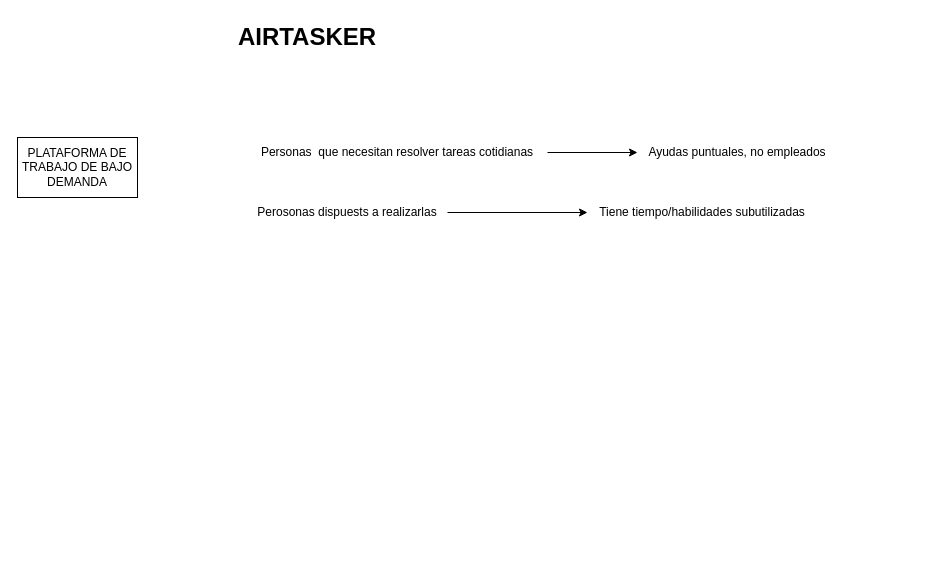
Before: page "Página-1" (1 of 2) of AIRTASKER.drawio in Bayinc/INDI-COFFEE, a draw.io diagram. Source tidied: cells renumbered, new cells numbered last; positions are measured from the earlier drawing's top-left corner, leaving out a move shared by most shapes. Both pictures are drawn from the tidied source at 100%, with x=0, y=0 at pixel (17, 17).
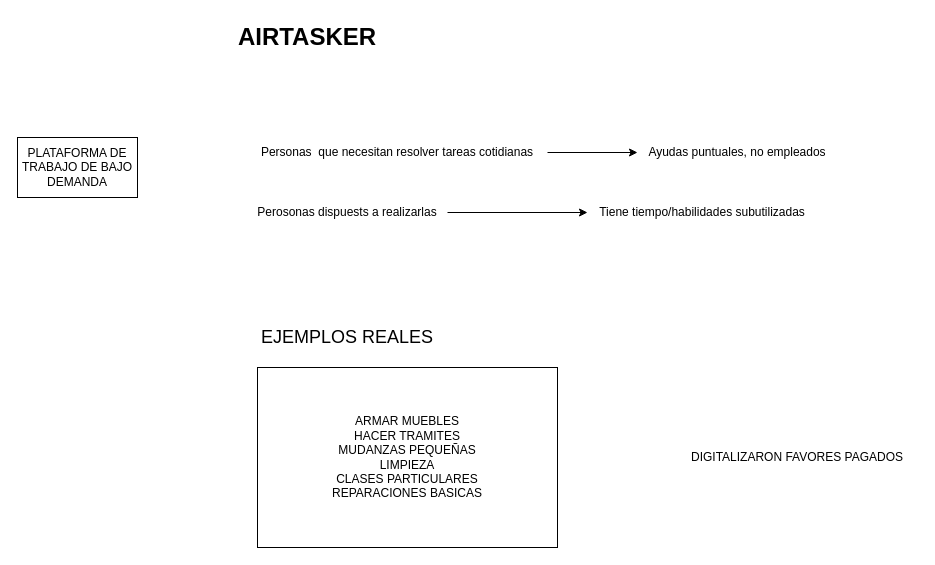
The same page after the edit.

What changed in the source:
```diff
@@
 <mxGraphModel>
   <root>
     <mxCell id="0" />
     <mxCell id="1" parent="0" />
     <mxCell id="2" value="PLATAFORMA DE TRABAJO DE BAJO DEMANDA" style="whiteSpace=wrap;html=1;" parent="1" vertex="1">
       <mxGeometry y="120" width="120" height="60" as="geometry" />
     </mxCell>
     <mxCell id="3" style="edgeStyle=orthogonalEdgeStyle;rounded=0;jettySize=auto;html=1;" parent="1" edge="1" source="4" target="7">
       <mxGeometry relative="1" as="geometry" />
     </mxCell>
     <mxCell id="4" value="Personas&amp;nbsp; que necesitan resolver tareas cotidianas" style="text;html=1;whiteSpace=wrap;strokeColor=none;fillColor=none;align=center;verticalAlign=middle;rounded=0;" parent="1" vertex="1">
       <mxGeometry x="230" y="120" width="300" height="30" as="geometry" />
     </mxCell>
     <mxCell id="5" style="edgeStyle=orthogonalEdgeStyle;rounded=0;jettySize=auto;html=1;entryX=0;entryY=0.5;entryDx=0;entryDy=0;" parent="1" edge="1" source="6" target="9">
       <mxGeometry relative="1" as="geometry" />
     </mxCell>
     <mxCell id="6" value="Perosonas dispuests a realizarlas" style="text;html=1;whiteSpace=wrap;strokeColor=none;fillColor=none;align=center;verticalAlign=middle;rounded=0;" parent="1" vertex="1">
       <mxGeometry x="230" y="180" width="200" height="30" as="geometry" />
     </mxCell>
     <mxCell id="7" value="Ayudas puntuales, no empleados" style="text;html=1;whiteSpace=wrap;strokeColor=none;fillColor=none;align=center;verticalAlign=middle;rounded=0;" parent="1" vertex="1">
       <mxGeometry x="620" y="120" width="200" height="30" as="geometry" />
     </mxCell>
     <mxCell id="8" value="&lt;b&gt;&lt;font style=&quot;font-size: 24px;&quot;&gt;AIRTASKER&lt;/font&gt;&lt;/b&gt;" style="text;html=1;whiteSpace=wrap;strokeColor=none;fillColor=none;align=center;verticalAlign=middle;rounded=0;" parent="1" vertex="1">
       <mxGeometry x="210" width="160" height="40" as="geometry" />
     </mxCell>
     <mxCell id="9" value="Tiene tiempo/habilidades subutilizadas" style="text;html=1;whiteSpace=wrap;strokeColor=none;fillColor=none;align=center;verticalAlign=middle;rounded=0;" parent="1" vertex="1">
       <mxGeometry x="570" y="180" width="230" height="30" as="geometry" />
     </mxCell>
+    <mxCell id="10" value="&lt;font style=&quot;font-size: 18px;&quot;&gt;EJEMPLOS REALES&lt;/font&gt;" style="text;html=1;whiteSpace=wrap;strokeColor=none;fillColor=none;align=center;verticalAlign=middle;rounded=0;" parent="1" vertex="1">
+      <mxGeometry x="230" y="300" width="200" height="40" as="geometry" />
+    </mxCell>
+    <mxCell id="11" value="ARMAR MUEBLES&lt;div&gt;HACER TRAMITES&lt;/div&gt;&lt;div&gt;MUDANZAS PEQUEÑAS&lt;/div&gt;&lt;div&gt;LIMPIEZA&lt;/div&gt;&lt;div&gt;CLASES PARTICULARES&lt;/div&gt;&lt;div&gt;REPARACIONES BASICAS&lt;/div&gt;" style="whiteSpace=wrap;html=1;align=center;" parent="1" vertex="1">
+      <mxGeometry x="240" y="350" width="300" height="180" as="geometry" />
+    </mxCell>
+    <mxCell id="12" value="DIGITALIZARON FAVORES PAGADOS" style="text;html=1;whiteSpace=wrap;strokeColor=none;fillColor=none;align=center;verticalAlign=middle;rounded=0;" parent="1" vertex="1">
+      <mxGeometry x="660" y="425" width="240" height="30" as="geometry" />
+    </mxCell>
   </root>
 </mxGraphModel>
```
